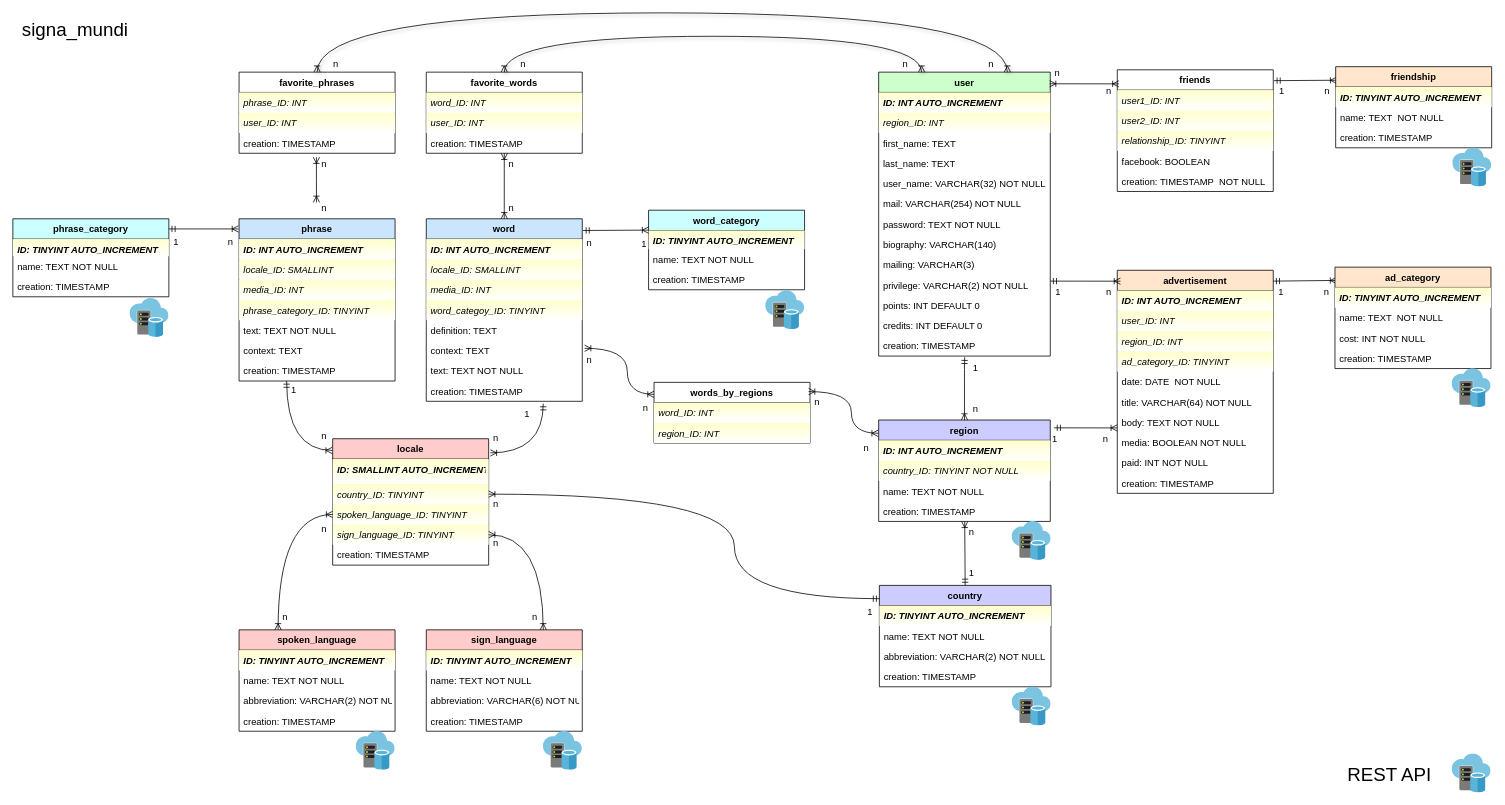
This is SQL/Diagram.drawio from Dialvive/HandsApp-API, a draw.io file, before an edit. Source tidied: cells renumbered, new cells numbered last; positions are measured from the earlier drawing's top-left corner, leaving out a move shared by most shapes. Both pictures are drawn from the tidied source at 78%, with x=0, y=0 at pixel (12, 12).
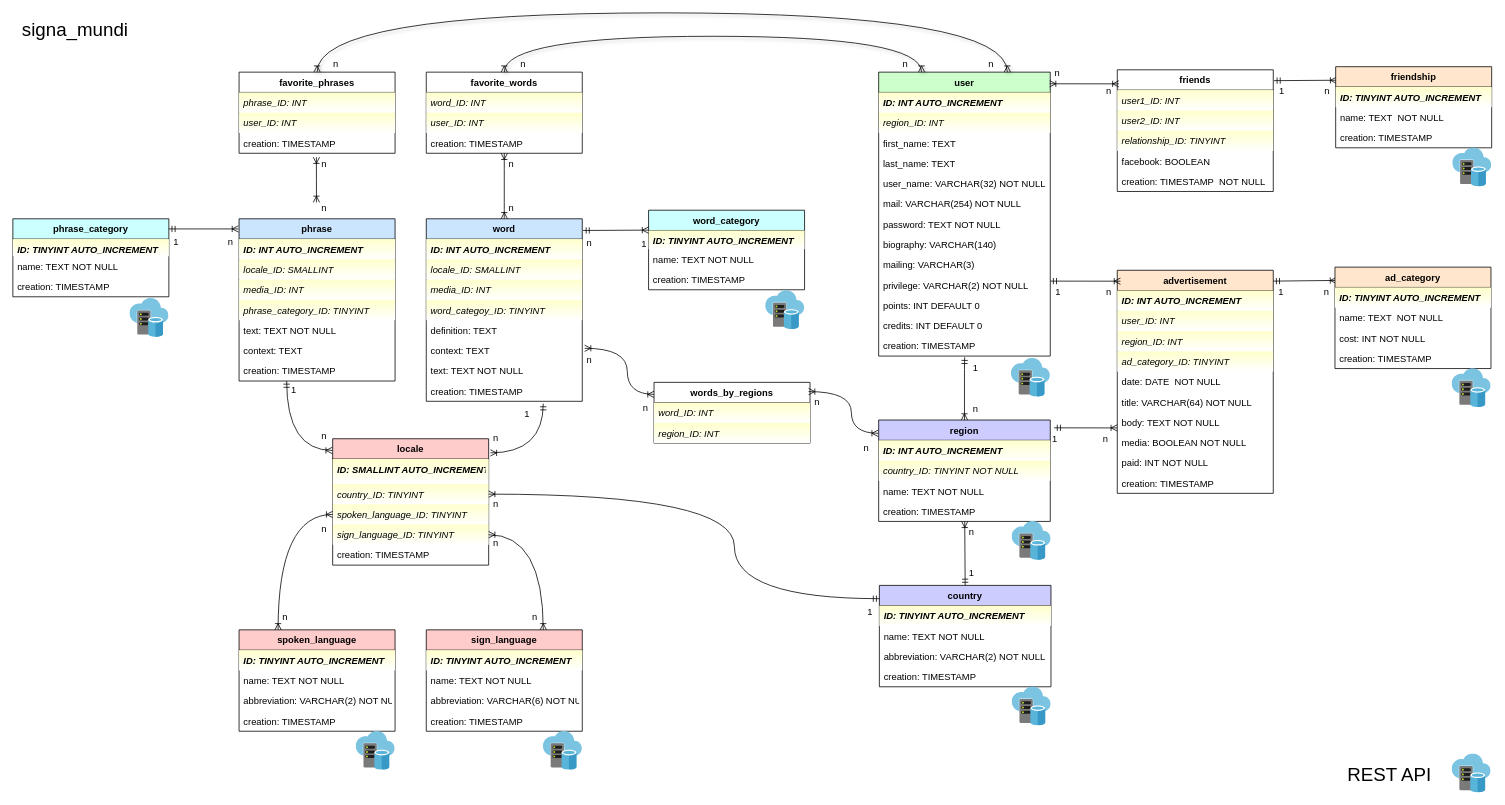
Above is the later version.

What changed in the source:
```diff
@@
+    <mxCell id="175" style="html=1;align=center;image;fontSize=12;image=img/lib/mscae/Virtual_Datacenter.svg;" parent="1" vertex="1">
+      <mxGeometry x="1280" y="442.7" width="50" height="50" as="geometry" />
+    </mxCell>
```
